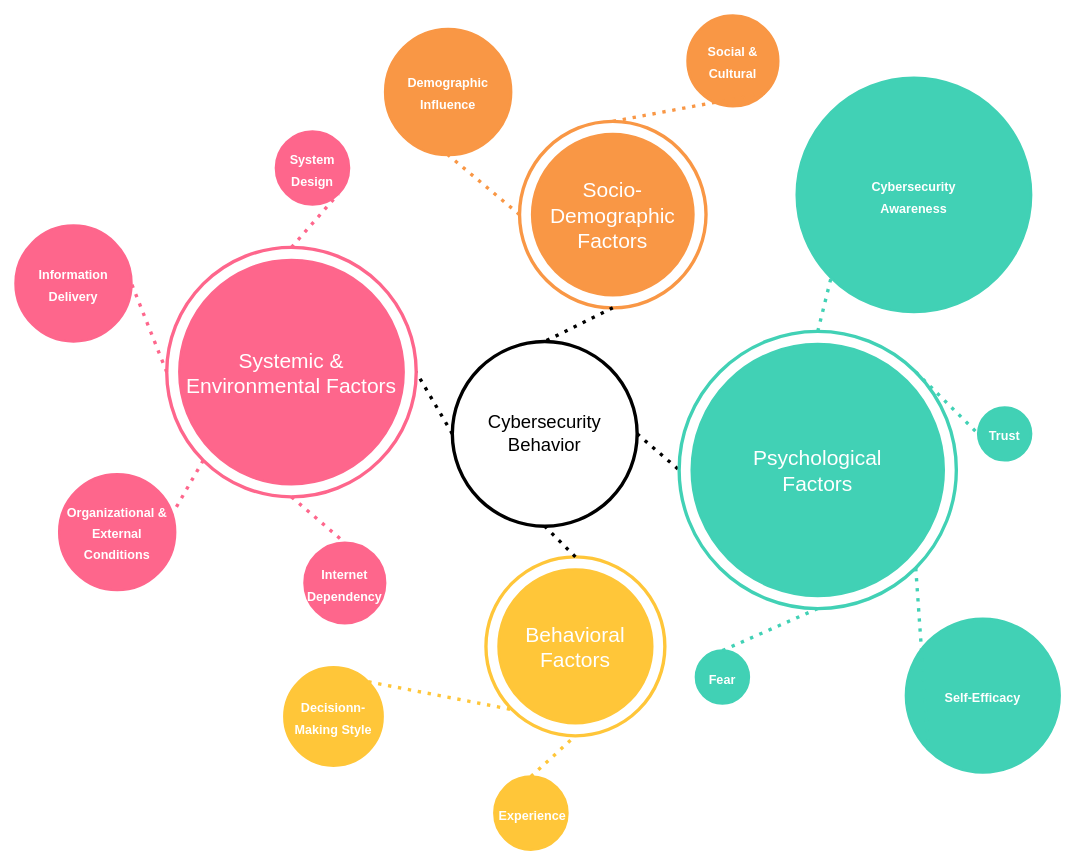
Above: page "Page-2" (4 of 5) of Diagrams/Codebook.drawio in HooradAboo/I-CLAIM (draw.io), before the change. Source tidied: cells renumbered, new cells numbered last; positions are measured from the earlier drawing's top-left corner, leaving out a move shared by most shapes. Both pictures are drawn from the tidied source at 84%, with x=0, y=0 at pixel (15, 15).
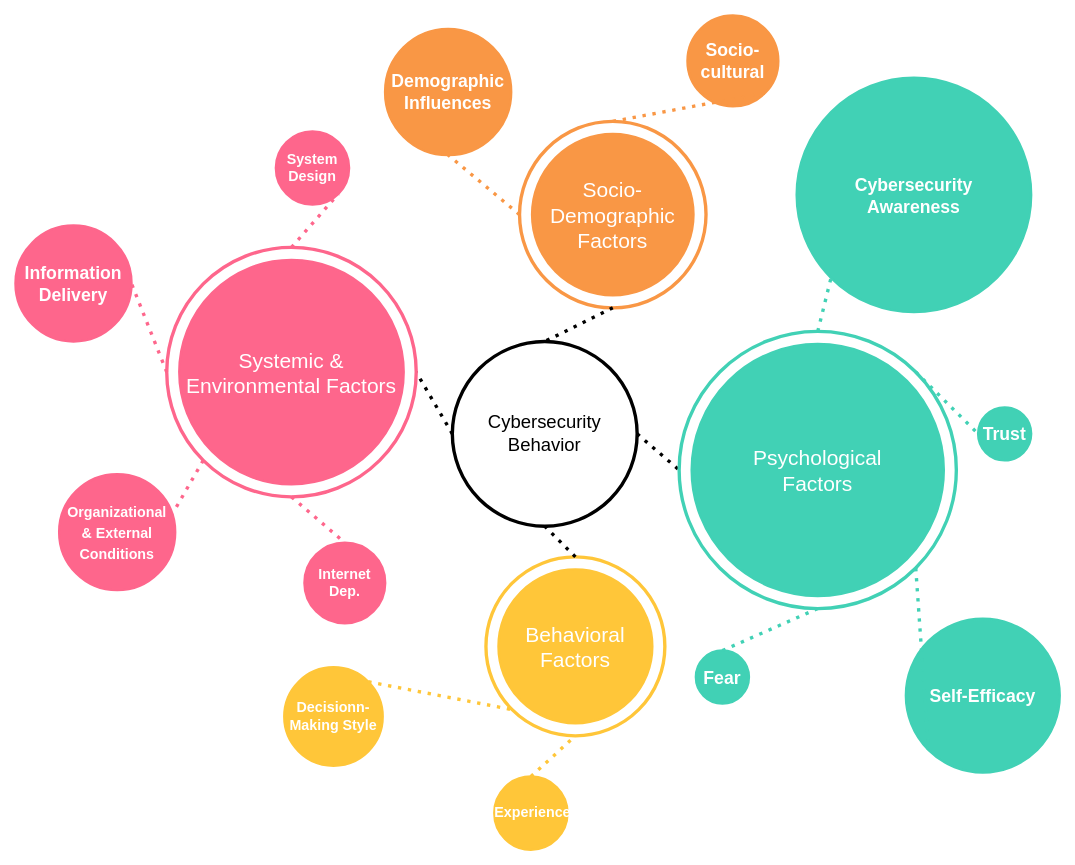
The same diagram, later.

Diff of the diagram source:
```diff
@@
-    <mxCell id="5" value="&lt;font style=&quot;color: light-dark(rgb(255, 255, 255), rgb(237, 237, 237)); font-size: 15px;&quot;&gt;Cybersecurity&lt;br&gt;Awareness&lt;/font&gt;" style="ellipse;whiteSpace=wrap;html=1;strokeWidth=3;fontSize=21;verticalAlign=middle;align=center;fontFamily=Helvetica;fillColor=#41D1B5;strokeColor=#41D1B5;fontStyle=1;" parent="1" vertex="1">
+    <mxCell id="5" value="&lt;font style=&quot;color: light-dark(rgb(255, 255, 255), rgb(237, 237, 237));&quot;&gt;Cybersecurity&lt;br&gt;Awareness&lt;/font&gt;" style="ellipse;whiteSpace=wrap;html=1;strokeWidth=3;fontSize=21;verticalAlign=middle;align=center;fontFamily=Helvetica;fillColor=#41D1B5;strokeColor=#41D1B5;fontStyle=1;" parent="1" vertex="1">
       <mxGeometry x="930" y="74" width="279" height="279" as="geometry" />
     </mxCell>
-    <mxCell id="6" value="&lt;font style=&quot;color: light-dark(rgb(255, 255, 255), rgb(237, 237, 237)); font-size: 15px;&quot;&gt;Self-Efficacy&lt;/font&gt;" style="ellipse;whiteSpace=wrap;html=1;strokeWidth=3;fontSize=21;verticalAlign=middle;align=center;fontFamily=Helvetica;fillColor=#41D1B5;strokeColor=#41D1B5;fontStyle=1;" parent="1" vertex="1">
+    <mxCell id="6" value="&lt;font style=&quot;color: light-dark(rgb(255, 255, 255), rgb(237, 237, 237));&quot;&gt;Self-Efficacy&lt;/font&gt;" style="ellipse;whiteSpace=wrap;html=1;strokeWidth=3;fontSize=21;verticalAlign=middle;align=center;fontFamily=Helvetica;fillColor=#41D1B5;strokeColor=#41D1B5;fontStyle=1;" parent="1" vertex="1">
       <mxGeometry x="1060" y="718" width="183" height="183" as="geometry" />
     </mxCell>
-    <mxCell id="7" value="&lt;font style=&quot;color: light-dark(rgb(255, 255, 255), rgb(237, 237, 237)); font-size: 15px;&quot;&gt;Fear&lt;/font&gt;" style="ellipse;whiteSpace=wrap;html=1;strokeWidth=3;fontSize=21;verticalAlign=middle;align=center;fontFamily=Helvetica;fillColor=#41D1B5;strokeColor=#41D1B5;fontStyle=1;" parent="1" vertex="1">
+    <mxCell id="7" value="&lt;font style=&quot;color: light-dark(rgb(255, 255, 255), rgb(237, 237, 237));&quot;&gt;Fear&lt;/font&gt;" style="ellipse;whiteSpace=wrap;html=1;strokeWidth=3;fontSize=21;verticalAlign=middle;align=center;fontFamily=Helvetica;fillColor=#41D1B5;strokeColor=#41D1B5;fontStyle=1;" parent="1" vertex="1">
       <mxGeometry x="810" y="756" width="63" height="63" as="geometry" />
     </mxCell>
-    <mxCell id="8" value="&lt;font style=&quot;color: light-dark(rgb(255, 255, 255), rgb(237, 237, 237)); font-size: 15px;&quot;&gt;Trust&lt;/font&gt;" style="ellipse;whiteSpace=wrap;html=1;strokeWidth=3;fontSize=21;verticalAlign=middle;align=center;fontFamily=Helvetica;fillColor=#41D1B5;strokeColor=#41D1B5;fontStyle=1;" parent="1" vertex="1">
+    <mxCell id="8" value="&lt;font style=&quot;color: light-dark(rgb(255, 255, 255), rgb(237, 237, 237));&quot;&gt;Trust&lt;/font&gt;" style="ellipse;whiteSpace=wrap;html=1;strokeWidth=3;fontSize=21;verticalAlign=middle;align=center;fontFamily=Helvetica;fillColor=#41D1B5;strokeColor=#41D1B5;fontStyle=1;" parent="1" vertex="1">
       <mxGeometry x="1146" y="466.5" width="63" height="63" as="geometry" />
     </mxCell>
-    <mxCell id="9" value="&lt;font style=&quot;color: light-dark(rgb(255, 255, 255), rgb(237, 237, 237)); font-size: 15px;&quot;&gt;Information Delivery&lt;/font&gt;" style="ellipse;whiteSpace=wrap;html=1;strokeWidth=3;fontSize=21;verticalAlign=middle;align=center;fontFamily=Helvetica;fillColor=#FE668C;strokeColor=#FE668C;fontStyle=1;" parent="1" vertex="1">
+    <mxCell id="9" value="&lt;font style=&quot;color: light-dark(rgb(255, 255, 255), rgb(237, 237, 237));&quot;&gt;Information Delivery&lt;/font&gt;" style="ellipse;whiteSpace=wrap;html=1;strokeWidth=3;fontSize=21;verticalAlign=middle;align=center;fontFamily=Helvetica;fillColor=#FE668C;strokeColor=#FE668C;fontStyle=1;" parent="1" vertex="1">
       <mxGeometry y="250" width="138" height="138" as="geometry" />
     </mxCell>
-    <mxCell id="10" value="&lt;font style=&quot;color: light-dark(rgb(255, 255, 255), rgb(237, 237, 237)); font-size: 15px;&quot;&gt;Internet Dependency&lt;/font&gt;" style="ellipse;whiteSpace=wrap;html=1;strokeWidth=3;fontSize=21;verticalAlign=middle;align=center;fontFamily=Helvetica;fillColor=#FE668C;strokeColor=#FE668C;fontStyle=1;" parent="1" vertex="1">
+    <mxCell id="10" value="&lt;font style=&quot;color: light-dark(rgb(255, 255, 255), rgb(237, 237, 237));&quot;&gt;Internet Dep.&lt;/font&gt;" style="ellipse;whiteSpace=wrap;html=1;strokeWidth=3;fontSize=17;verticalAlign=middle;align=center;fontFamily=Helvetica;fillColor=#FE668C;strokeColor=#FE668C;fontStyle=1;" parent="1" vertex="1">
       <mxGeometry x="344" y="627.5" width="96" height="96" as="geometry" />
     </mxCell>
-    <mxCell id="11" value="&lt;font style=&quot;color: light-dark(rgb(255, 255, 255), rgb(237, 237, 237)); font-size: 15px;&quot;&gt;System Design&lt;/font&gt;" style="ellipse;whiteSpace=wrap;html=1;strokeWidth=3;fontSize=21;verticalAlign=middle;align=center;fontFamily=Helvetica;fillColor=#FE668C;strokeColor=#FE668C;fontStyle=1;" parent="1" vertex="1">
+    <mxCell id="11" value="&lt;font style=&quot;color: light-dark(rgb(255, 255, 255), rgb(237, 237, 237));&quot;&gt;System Design&lt;/font&gt;" style="ellipse;whiteSpace=wrap;html=1;strokeWidth=3;fontSize=17;verticalAlign=middle;align=center;fontFamily=Helvetica;fillColor=#FE668C;strokeColor=#FE668C;fontStyle=1;" parent="1" vertex="1">
       <mxGeometry x="310" y="138" width="87" height="87" as="geometry" />
     </mxCell>
-    <mxCell id="12" value="&lt;font style=&quot;color: light-dark(rgb(255, 255, 255), rgb(237, 237, 237)); font-size: 15px;&quot;&gt;Organizational &amp;amp; External Conditions&lt;/font&gt;" style="ellipse;whiteSpace=wrap;html=1;strokeWidth=3;fontSize=21;verticalAlign=middle;align=center;fontFamily=Helvetica;fillColor=#FE668C;strokeColor=#FE668C;fontStyle=1;" parent="1" vertex="1">
+    <mxCell id="12" value="&lt;font style=&quot;color: light-dark(rgb(255, 255, 255), rgb(237, 237, 237)); font-size: 17px;&quot;&gt;Organizational&lt;/font&gt;&lt;div&gt;&lt;font style=&quot;color: light-dark(rgb(255, 255, 255), rgb(237, 237, 237)); font-size: 17px;&quot;&gt;&amp;amp; External Conditions&lt;/font&gt;&lt;/div&gt;" style="ellipse;whiteSpace=wrap;html=1;strokeWidth=3;fontSize=21;verticalAlign=middle;align=center;fontFamily=Helvetica;fillColor=#FE668C;strokeColor=#FE668C;fontStyle=1;" parent="1" vertex="1">
       <mxGeometry x="52" y="546" width="138" height="138" as="geometry" />
     </mxCell>
-    <mxCell id="13" value="&lt;font style=&quot;color: light-dark(rgb(255, 255, 255), rgb(237, 237, 237)); font-size: 15px;&quot;&gt;Demographic Influence&lt;/font&gt;" style="ellipse;whiteSpace=wrap;html=1;strokeWidth=3;fontSize=21;verticalAlign=middle;align=center;fontFamily=Helvetica;fillColor=#F99745;strokeColor=#F99745;fontStyle=1;" parent="1" vertex="1">
+    <mxCell id="13" value="&lt;font style=&quot;color: light-dark(rgb(255, 255, 255), rgb(237, 237, 237));&quot;&gt;Demographic Influences&lt;/font&gt;" style="ellipse;whiteSpace=wrap;html=1;strokeWidth=3;fontSize=21;verticalAlign=middle;align=center;fontFamily=Helvetica;fillColor=#F99745;strokeColor=#F99745;fontStyle=1;" parent="1" vertex="1">
       <mxGeometry x="440" y="16" width="150" height="150" as="geometry" />
     </mxCell>
-    <mxCell id="14" value="&lt;font style=&quot;color: light-dark(rgb(255, 255, 255), rgb(237, 237, 237)); font-size: 15px;&quot;&gt;Social &amp;amp; Cultural&lt;/font&gt;" style="ellipse;whiteSpace=wrap;html=1;strokeWidth=3;fontSize=21;verticalAlign=middle;align=center;fontFamily=Helvetica;fillColor=#F99745;strokeColor=#F99745;fontStyle=1;" parent="1" vertex="1">
+    <mxCell id="14" value="&lt;font style=&quot;color: light-dark(rgb(255, 255, 255), rgb(237, 237, 237));&quot;&gt;Socio-cultural&lt;/font&gt;" style="ellipse;whiteSpace=wrap;html=1;strokeWidth=3;fontSize=21;verticalAlign=middle;align=center;fontFamily=Helvetica;fillColor=#F99745;strokeColor=#F99745;fontStyle=1;" parent="1" vertex="1">
       <mxGeometry x="800" width="108" height="108" as="geometry" />
     </mxCell>
@@
-    <mxCell id="16" value="&lt;font style=&quot;color: light-dark(rgb(255, 255, 255), rgb(237, 237, 237)); font-size: 15px;&quot;&gt;Decisionn-Making Style&lt;/font&gt;" style="ellipse;whiteSpace=wrap;html=1;strokeWidth=3;fontSize=21;verticalAlign=middle;align=center;fontFamily=Helvetica;fillColor=#FFC639;strokeColor=#FFC639;fontStyle=1;" parent="1" vertex="1">
+    <mxCell id="16" value="&lt;font style=&quot;color: light-dark(rgb(255, 255, 255), rgb(237, 237, 237));&quot;&gt;Decisionn-Making Style&lt;/font&gt;" style="ellipse;whiteSpace=wrap;html=1;strokeWidth=3;fontSize=17;verticalAlign=middle;align=center;fontFamily=Helvetica;fillColor=#FFC639;strokeColor=#FFC639;fontStyle=1;" parent="1" vertex="1">
       <mxGeometry x="320" y="776" width="117" height="117" as="geometry" />
     </mxCell>
@@
-    <mxCell id="18" value="&lt;font color=&quot;#ffffff&quot;&gt;&lt;span style=&quot;font-size: 15px;&quot;&gt;&amp;nbsp;Experience&lt;/span&gt;&lt;/font&gt;" style="ellipse;whiteSpace=wrap;html=1;strokeWidth=3;fontSize=21;verticalAlign=middle;align=center;fontFamily=Helvetica;fillColor=#FFC639;strokeColor=#FFC639;fontStyle=1;" parent="1" vertex="1">
+    <mxCell id="18" value="&lt;font color=&quot;#ffffff&quot;&gt;&lt;span&gt;&amp;nbsp;Experience&lt;/span&gt;&lt;/font&gt;" style="ellipse;whiteSpace=wrap;html=1;strokeWidth=3;fontSize=17;verticalAlign=middle;align=center;fontFamily=Helvetica;fillColor=#FFC639;strokeColor=#FFC639;fontStyle=1;" parent="1" vertex="1">
       <mxGeometry x="570" y="906" width="87" height="87" as="geometry" />
     </mxCell>
```
